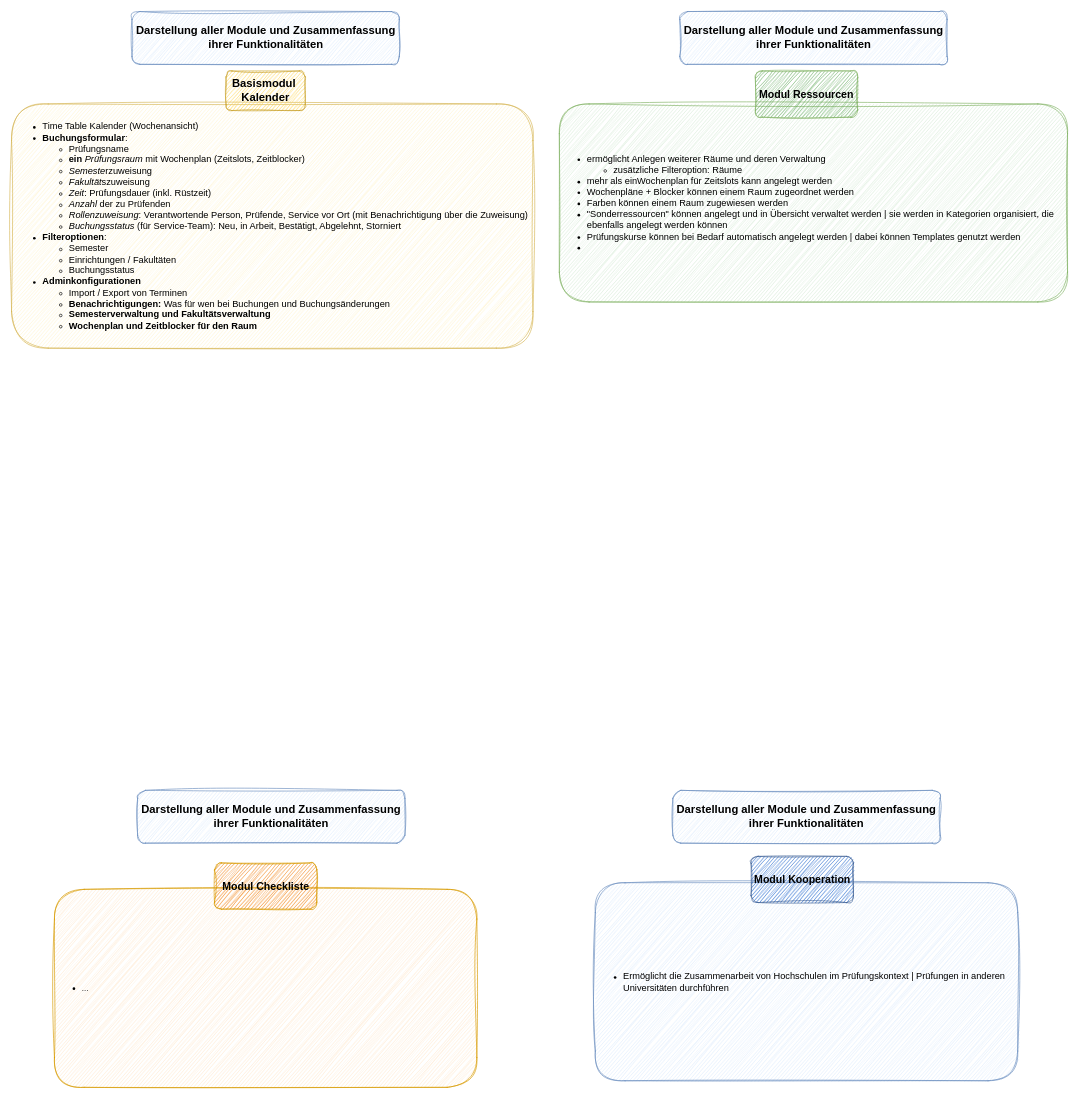
The draw.io diagram page "Modul-Funktionalitäten" (1 of 5) of Ressourcenanlegen.drawio in melanietreitinger/buchungstool, before the edit. Source tidied: cells renumbered, new cells numbered last; positions are measured from the earlier drawing's top-left corner, leaving out a move shared by most shapes. Both pictures are drawn from the tidied source at 66%, with x=0, y=0 at pixel (11, 11).
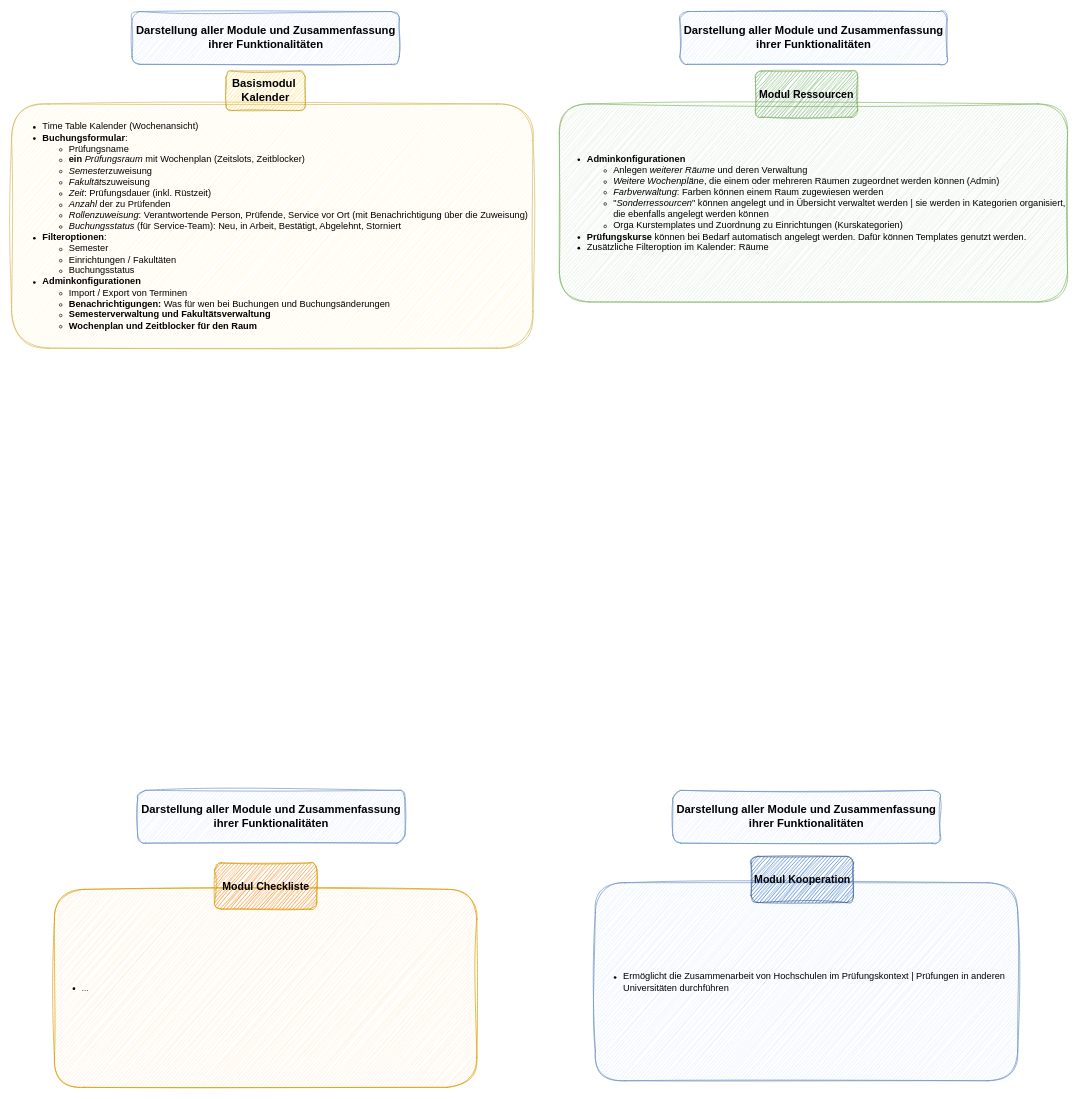
The same page after the edit.

Commit message:
Übersicht aller Pluginparts.drawio aktualisiert

What changed in the source:
```diff
@@
 <mxGraphModel>
   <root>
     <mxCell id="0" />
     <mxCell id="1" parent="0" />
     <mxCell id="2" value="&lt;div align=&quot;left&quot;&gt;&lt;ul&gt;&lt;li&gt;&lt;font style=&quot;font-size: 14px;&quot;&gt;Time Table Kalender (Wochenansicht)&lt;/font&gt;&lt;/li&gt;&lt;li&gt;&lt;font style=&quot;font-size: 14px;&quot;&gt;&lt;b&gt;Buchungsformular&lt;/b&gt;:&lt;/font&gt;&lt;/li&gt;&lt;ul&gt;&lt;li&gt;&lt;font style=&quot;font-size: 14px;&quot;&gt;Prüfungsname&amp;nbsp;&lt;/font&gt;&lt;/li&gt;&lt;li&gt;&lt;font style=&quot;font-size: 14px;&quot;&gt;&lt;b&gt;ein&lt;/b&gt; &lt;i&gt;Prüfungsraum&lt;/i&gt; mit Wochenpla&lt;/font&gt;&lt;font style=&quot;font-size: 14px;&quot;&gt;&lt;font style=&quot;&quot;&gt;n (&lt;/font&gt;Zeitslots, Zeitblocker)&lt;/font&gt;&lt;/li&gt;&lt;li&gt;&lt;font style=&quot;font-size: 14px;&quot;&gt;&lt;i&gt;Semeste&lt;/i&gt;rzuweisung&lt;/font&gt;&lt;/li&gt;&lt;li&gt;&lt;font style=&quot;font-size: 14px;&quot;&gt;&lt;i&gt;Fakultät&lt;/i&gt;s&lt;/font&gt;&lt;span style=&quot;font-size: 14px;&quot;&gt;zuweisung&lt;/span&gt;&lt;/li&gt;&lt;li&gt;&lt;font style=&quot;font-size: 14px;&quot;&gt;&lt;i&gt;Zeit&lt;/i&gt;: Prüfungsdauer (inkl. Rüstzeit)&lt;/font&gt;&lt;/li&gt;&lt;li&gt;&lt;font style=&quot;font-size: 14px;&quot;&gt;&lt;i&gt;Anzahl&lt;/i&gt; der zu Prüfenden&lt;/font&gt;&lt;/li&gt;&lt;li&gt;&lt;font style=&quot;font-size: 14px;&quot;&gt;&lt;i&gt;Rollenzuweisung&lt;/i&gt;: Verantwortende Person, Prüfende, Service vor Ort (mit Benachrichtigung über die Zuweisung)&lt;/font&gt;&lt;/li&gt;&lt;li&gt;&lt;font style=&quot;font-size: 14px;&quot;&gt;&lt;i&gt;Buchungsstatus&lt;/i&gt;&amp;nbsp;(für Service-Team):&amp;nbsp;&lt;/font&gt;&lt;span style=&quot;font-size: 14px;&quot;&gt;Neu, in Arbeit, Bestätigt, Abgelehnt, Storniert&lt;/span&gt;&lt;/li&gt;&lt;/ul&gt;&lt;li&gt;&lt;font style=&quot;font-size: 14px;&quot;&gt;&lt;b&gt;Filteroptionen&lt;/b&gt;:&lt;/font&gt;&lt;/li&gt;&lt;ul&gt;&lt;li&gt;&lt;font style=&quot;font-size: 14px;&quot;&gt;Semester&lt;/font&gt;&lt;/li&gt;&lt;li&gt;&lt;font style=&quot;font-size: 14px;&quot;&gt;Einrichtungen / Fakultäten&lt;/font&gt;&lt;/li&gt;&lt;li&gt;&lt;font style=&quot;font-size: 14px;&quot;&gt;Buchungsstatus&lt;/font&gt;&lt;/li&gt;&lt;/ul&gt;&lt;li&gt;&lt;font style=&quot;font-size: 14px;&quot;&gt;&lt;b&gt;Adminkonfigurationen&lt;/b&gt;&lt;/font&gt;&lt;/li&gt;&lt;ul&gt;&lt;li&gt;&lt;span style=&quot;font-size: 14px; background-color: transparent; color: light-dark(rgb(0, 0, 0), rgb(255, 255, 255)); text-align: center;&quot;&gt;Import / Export von Terminen&lt;/span&gt;&lt;/li&gt;&lt;li&gt;&lt;span style=&quot;background-color: transparent; color: light-dark(rgb(0, 0, 0), rgb(255, 255, 255)); text-align: center;&quot;&gt;&lt;font style=&quot;font-size: 14px;&quot;&gt;&lt;b&gt;Benachrichtigungen: &lt;/b&gt;Was für wen bei Buchungen und Buchungsänderungen&lt;/font&gt;&lt;/span&gt;&lt;/li&gt;&lt;li&gt;&lt;span style=&quot;font-size: 14px;&quot;&gt;&lt;b&gt;Semesterverwaltung und Fakultätsverwaltung&lt;/b&gt;&lt;/span&gt;&lt;/li&gt;&lt;li&gt;&lt;span style=&quot;font-size: 14px;&quot;&gt;&lt;b&gt;Wochenplan und Zeitblocker für den Raum&lt;/b&gt;&lt;/span&gt;&lt;/li&gt;&lt;/ul&gt;&lt;/ul&gt;&lt;/div&gt;" style="rounded=1;whiteSpace=wrap;html=1;fillColor=#fff2cc;strokeColor=#d6b656;sketch=1;curveFitting=1;jiggle=2;" parent="1" vertex="1">
       <mxGeometry y="140" width="790" height="370" as="geometry" />
     </mxCell>
     <mxCell id="3" value="&lt;font style=&quot;font-size: 17px;&quot;&gt;&lt;b&gt;Basismodul&amp;nbsp;&lt;/b&gt;&lt;/font&gt;&lt;div&gt;&lt;font style=&quot;font-size: 17px;&quot;&gt;&lt;b&gt;Kalender&lt;/b&gt;&lt;/font&gt;&lt;/div&gt;" style="rounded=1;whiteSpace=wrap;html=1;fillColor=light-dark(#ffd34f, #281d00);strokeColor=light-dark(#caa431, #6d5100);shadow=0;glass=0;sketch=1;curveFitting=1;jiggle=2;" parent="1" vertex="1">
       <mxGeometry x="325" y="90" width="120" height="60" as="geometry" />
     </mxCell>
-    <mxCell id="4" value="&lt;div align=&quot;left&quot;&gt;&lt;ul&gt;&lt;li&gt;&lt;font style=&quot;font-size: 14px;&quot;&gt;ermöglicht Anlegen weiterer Räume und deren Verwaltung&lt;/font&gt;&lt;/li&gt;&lt;ul&gt;&lt;li&gt;&lt;font style=&quot;font-size: 14px;&quot;&gt;zusätzliche Filteroption: Räume&lt;/font&gt;&lt;/li&gt;&lt;/ul&gt;&lt;li&gt;&lt;font style=&quot;font-size: 14px;&quot;&gt;mehr als einWochenplan für Zeitslots kann angelegt werden&lt;/font&gt;&lt;/li&gt;&lt;li&gt;&lt;font style=&quot;font-size: 14px;&quot;&gt;Wochenpläne + Blocker können einem Raum zugeordnet werden&lt;/font&gt;&lt;/li&gt;&lt;li&gt;&lt;font style=&quot;font-size: 14px;&quot;&gt;Farben können einem Raum zugewiesen werden&lt;/font&gt;&lt;/li&gt;&lt;li&gt;&lt;font style=&quot;font-size: 14px;&quot;&gt;&quot;Sonderressourcen&quot; können angelegt und in Übersicht verwaltet werden | sie werden in Kategorien organisiert, die ebenfalls angelegt werden können&lt;/font&gt;&lt;/li&gt;&lt;li&gt;&lt;font style=&quot;font-size: 14px;&quot;&gt;Prüfungskurse können bei Bedarf automatisch angelegt werden | dabei können Templates genutzt werden&lt;/font&gt;&lt;/li&gt;&lt;li&gt;&lt;font style=&quot;font-size: 14px;&quot;&gt;&lt;br&gt;&lt;/font&gt;&lt;/li&gt;&lt;/ul&gt;&lt;/div&gt;" style="rounded=1;whiteSpace=wrap;html=1;fillColor=#d5e8d4;strokeColor=#82b366;sketch=1;curveFitting=1;jiggle=2;align=left;" parent="1" vertex="1">
+    <mxCell id="4" value="&lt;div align=&quot;left&quot;&gt;&lt;ul&gt;&lt;li&gt;&lt;font style=&quot;font-size: 14px;&quot;&gt;&lt;b&gt;Adminkonfigurationen&lt;/b&gt;&lt;/font&gt;&lt;/li&gt;&lt;ul&gt;&lt;li&gt;&lt;font style=&quot;font-size: 14px;&quot;&gt;Anlegen &lt;i&gt;weiterer Räume&lt;/i&gt; und deren Verwaltung&lt;/font&gt;&lt;/li&gt;&lt;li&gt;&lt;font style=&quot;font-size: 14px;&quot;&gt;&lt;i&gt;Weitere Wochenpläne&lt;/i&gt;, die einem oder mehreren Räumen zugeordnet werden können (Admin)&lt;/font&gt;&lt;/li&gt;&lt;li&gt;&lt;span style=&quot;font-size: 14px; background-color: transparent; color: light-dark(rgb(0, 0, 0), rgb(255, 255, 255));&quot;&gt;&lt;i&gt;Farbverwaltung&lt;/i&gt;: Farben können einem Raum zugewiesen werden&lt;/span&gt;&lt;/li&gt;&lt;li&gt;&lt;font style=&quot;font-size: 14px;&quot;&gt;&quot;&lt;i&gt;Sonderressourcen&lt;/i&gt;&quot; können angelegt und in Übersicht verwaltet werden | sie werden in Kategorien organisiert, die ebenfalls angelegt werden können&lt;/font&gt;&lt;/li&gt;&lt;li&gt;&lt;font style=&quot;font-size: 14px;&quot;&gt;Orga Kurstemplates und Zuordnung zu Einrichtungen (Kurskategorien)&lt;/font&gt;&lt;/li&gt;&lt;/ul&gt;&lt;li&gt;&lt;font style=&quot;font-size: 14px;&quot;&gt;&lt;b&gt;Prüfungskurse&lt;/b&gt; können bei Bedarf automatisch angelegt werden. Dafür können Templates genutzt werden.&lt;/font&gt;&lt;/li&gt;&lt;li&gt;&lt;font style=&quot;font-size: 14px;&quot;&gt;Zusätzliche Filteroption im Kalender: Räume&lt;/font&gt;&lt;/li&gt;&lt;/ul&gt;&lt;/div&gt;" style="rounded=1;whiteSpace=wrap;html=1;fillColor=#d5e8d4;strokeColor=#82b366;sketch=1;curveFitting=1;jiggle=2;align=left;" parent="1" vertex="1">
       <mxGeometry x="830" y="140" width="770" height="300" as="geometry" />
     </mxCell>
     <mxCell id="5" value="&lt;font style=&quot;font-size: 16px;&quot;&gt;&lt;b&gt;Modul Ressourcen&lt;/b&gt;&lt;/font&gt;" style="rounded=1;whiteSpace=wrap;html=1;fillColor=light-dark(#5ca558, #1f2f1e);strokeColor=#82b366;shadow=0;glass=0;sketch=1;curveFitting=1;jiggle=2;" parent="1" vertex="1">
       <mxGeometry x="1127" y="90" width="155" height="70" as="geometry" />
     </mxCell>
     <mxCell id="6" value="&lt;font style=&quot;font-size: 17px;&quot;&gt;&lt;b&gt;Darstellung aller Module und Zusammenfassung ihrer Funktionalitäten&lt;/b&gt;&lt;/font&gt;" style="rounded=1;whiteSpace=wrap;html=1;fillColor=#dae8fc;strokeColor=#6c8ebf;shadow=0;glass=0;sketch=1;curveFitting=1;jiggle=2;" parent="1" vertex="1">
       <mxGeometry x="182.5" width="405" height="80" as="geometry" />
     </mxCell>
     <mxCell id="7" value="&lt;ul&gt;&lt;li&gt;...&lt;/li&gt;&lt;/ul&gt;" style="rounded=1;whiteSpace=wrap;html=1;fillColor=#ffe6cc;strokeColor=#d79b00;sketch=1;curveFitting=1;jiggle=2;align=left;" parent="1" vertex="1">
       <mxGeometry x="65" y="1330" width="640" height="300" as="geometry" />
     </mxCell>
     <mxCell id="8" value="&lt;span style=&quot;font-size: 16px;&quot;&gt;&lt;b&gt;Modul Checkliste&lt;/b&gt;&lt;/span&gt;" style="rounded=1;whiteSpace=wrap;html=1;fillColor=light-dark(#f07800, #36210a);strokeColor=#d79b00;shadow=0;glass=0;sketch=1;curveFitting=1;jiggle=2;" parent="1" vertex="1">
       <mxGeometry x="307.5" y="1290" width="155" height="70" as="geometry" />
     </mxCell>
     <mxCell id="9" value="&lt;ul&gt;&lt;li&gt;&lt;font style=&quot;font-size: 14px;&quot;&gt;Ermöglicht die Zusammenarbeit von Hochschulen im Prüfungskontext | Prüfungen in anderen Universitäten durchführen&lt;/font&gt;&lt;/li&gt;&lt;/ul&gt;" style="rounded=1;whiteSpace=wrap;html=1;fillColor=#dae8fc;strokeColor=#6c8ebf;sketch=1;curveFitting=1;jiggle=2;align=left;" parent="1" vertex="1">
       <mxGeometry x="884.5" y="1320" width="640" height="300" as="geometry" />
     </mxCell>
     <mxCell id="10" value="&lt;b&gt;&lt;font style=&quot;font-size: 16px;&quot;&gt;Modul Kooperation&lt;/font&gt;&lt;/b&gt;" style="rounded=1;whiteSpace=wrap;html=1;fillColor=light-dark(#105ac9, #1d293b);strokeColor=light-dark(#416396, #5c79a3);shadow=0;glass=0;sketch=1;curveFitting=1;jiggle=2;" parent="1" vertex="1">
       <mxGeometry x="1120.5" y="1280" width="155" height="70" as="geometry" />
     </mxCell>
     <mxCell id="11" value="&lt;font style=&quot;font-size: 17px;&quot;&gt;&lt;b&gt;Darstellung aller Module und Zusammenfassung ihrer Funktionalitäten&lt;/b&gt;&lt;/font&gt;" style="rounded=1;whiteSpace=wrap;html=1;fillColor=#dae8fc;strokeColor=#6c8ebf;shadow=0;glass=0;sketch=1;curveFitting=1;jiggle=2;" parent="1" vertex="1">
       <mxGeometry x="1012.5" width="405" height="80" as="geometry" />
     </mxCell>
     <mxCell id="12" value="&lt;font style=&quot;font-size: 17px;&quot;&gt;&lt;b&gt;Darstellung aller Module und Zusammenfassung ihrer Funktionalitäten&lt;/b&gt;&lt;/font&gt;" style="rounded=1;whiteSpace=wrap;html=1;fillColor=#dae8fc;strokeColor=#6c8ebf;shadow=0;glass=0;sketch=1;curveFitting=1;jiggle=2;" parent="1" vertex="1">
       <mxGeometry x="1002" y="1180" width="405" height="80" as="geometry" />
     </mxCell>
     <mxCell id="13" value="&lt;font style=&quot;font-size: 17px;&quot;&gt;&lt;b&gt;Darstellung aller Module und Zusammenfassung ihrer Funktionalitäten&lt;/b&gt;&lt;/font&gt;" style="rounded=1;whiteSpace=wrap;html=1;fillColor=#dae8fc;strokeColor=#6c8ebf;shadow=0;glass=0;sketch=1;curveFitting=1;jiggle=2;" parent="1" vertex="1">
       <mxGeometry x="191" y="1180" width="405" height="80" as="geometry" />
     </mxCell>
   </root>
 </mxGraphModel>
```
